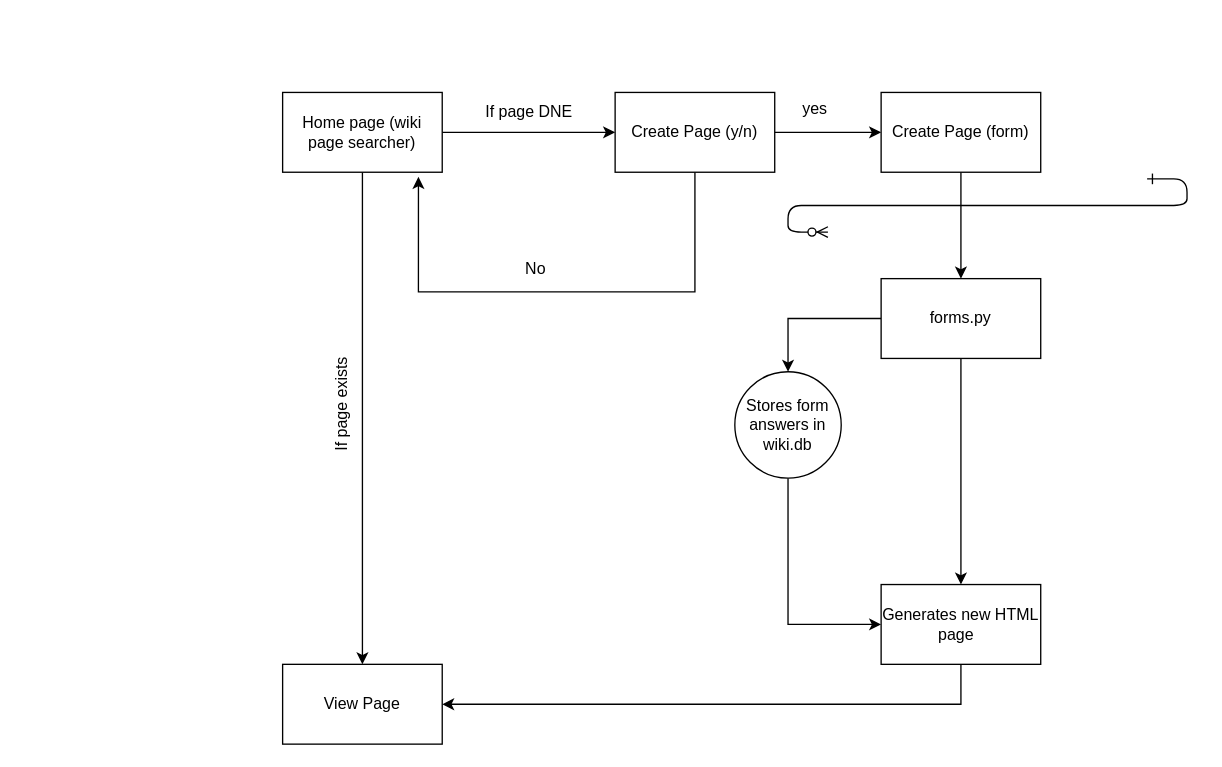
Before: Untitled Diagram.drawio in Vianne-a1/sd, a draw.io diagram. Source tidied: cells renumbered, new cells numbered last; positions are measured from the earlier drawing's top-left corner, leaving out a move shared by most shapes. Both pictures are drawn from the tidied source at 133%, with x=0, y=0 at pixel (282, 89).
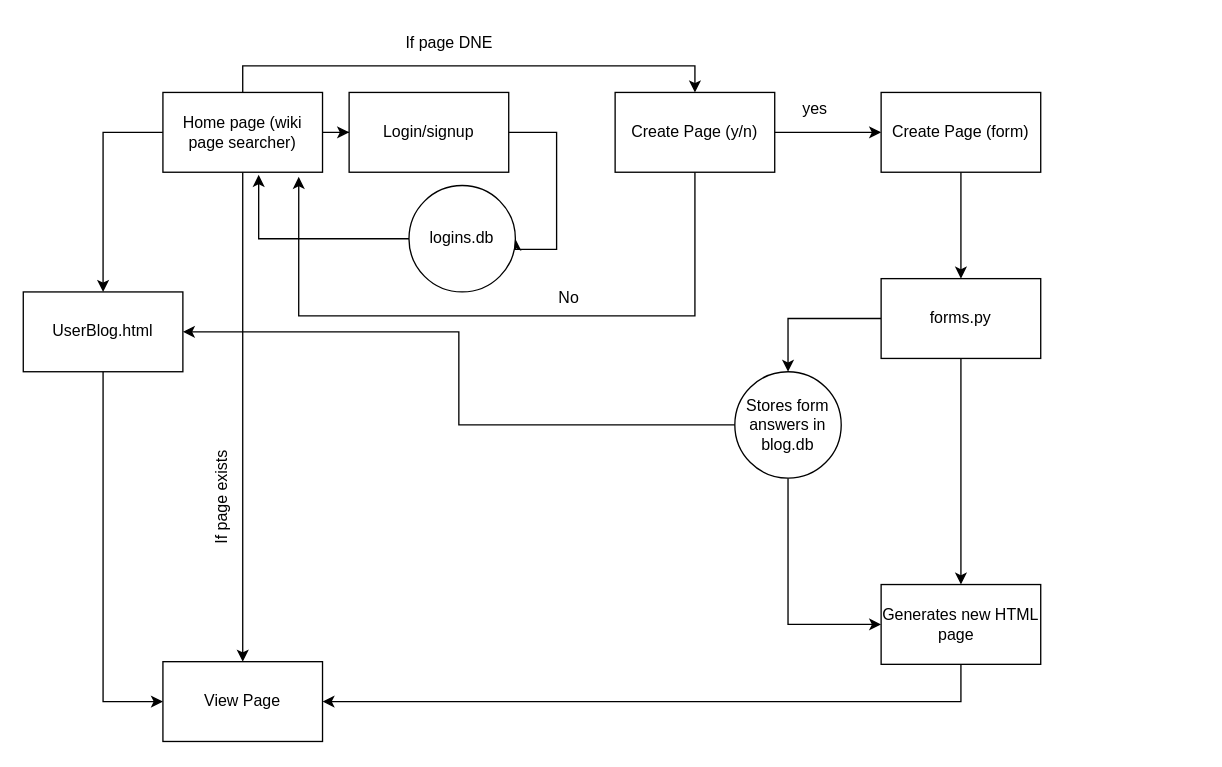
The same page after the edit.

Unchanged cells that the change refers to:
```xml
<mxCell id="9" value="Create Page (y/n)" style="rounded=0;whiteSpace=wrap;html=1;" parent="1" vertex="1">
  <mxGeometry x="250" y="2" width="120" height="60" as="geometry" />
</mxCell>
```

What changed in the source:
```diff
@@
-    <mxCell id="2" style="edgeStyle=entityRelationEdgeStyle;endArrow=ERzeroToMany;startArrow=ERone;endFill=1;startFill=0;" parent="1" edge="1">
-      <mxGeometry relative="1" as="geometry">
-        <mxPoint x="650" y="67" as="sourcePoint" />
-        <mxPoint x="410" y="107" as="targetPoint" />
-      </mxGeometry>
-    </mxCell>
@@
+    <mxCell id="23" style="edgeStyle=orthogonalEdgeStyle;rounded=0;jettySize=auto;html=1;entryX=0;entryY=0.5;entryDx=0;entryDy=0;" parent="1" edge="1" source="5" target="27">
+      <mxGeometry relative="1" as="geometry" />
+    </mxCell>
-    <mxCell id="4" style="edgeStyle=orthogonalEdgeStyle;rounded=0;jettySize=auto;html=1;" parent="1" edge="1" source="5" target="9">
+    <mxCell id="4" style="edgeStyle=orthogonalEdgeStyle;rounded=0;jettySize=auto;html=1;exitX=0.5;exitY=0;exitDx=0;exitDy=0;entryX=0.5;entryY=0;entryDx=0;entryDy=0;" parent="1" edge="1" source="5" target="9">
       <mxGeometry relative="1" as="geometry" />
     </mxCell>
+    <mxCell id="24" style="edgeStyle=orthogonalEdgeStyle;rounded=0;jettySize=auto;html=1;" parent="1" edge="1" source="5" target="31">
+      <mxGeometry relative="1" as="geometry">
+        <Array as="points">
+          <mxPoint x="-135" y="32" />
+        </Array>
+      </mxGeometry>
+    </mxCell>
     <mxCell id="5" value="Home page (wiki page searcher)" style="rounded=0;whiteSpace=wrap;html=1;" parent="1" vertex="1">
-      <mxGeometry y="2" width="120" height="60" as="geometry" />
+      <mxGeometry x="-90" y="2" width="120" height="60" as="geometry" />
     </mxCell>
     <mxCell id="6" value="View Page" style="rounded=0;whiteSpace=wrap;html=1;" parent="1" vertex="1">
-      <mxGeometry y="432" width="120" height="60" as="geometry" />
+      <mxGeometry x="-90" y="430" width="120" height="60" as="geometry" />
     </mxCell>
     <mxCell id="7" style="edgeStyle=orthogonalEdgeStyle;rounded=0;jettySize=auto;html=1;entryX=0.851;entryY=1.058;entryDx=0;entryDy=0;entryPerimeter=0;" parent="1" edge="1" source="9" target="5">
       <mxGeometry relative="1" as="geometry">
         <Array as="points">
-          <mxPoint x="310" y="152" />
-          <mxPoint x="102" y="152" />
+          <mxPoint x="310" y="170" />
+          <mxPoint x="12" y="170" />
         </Array>
       </mxGeometry>
     </mxCell>
@@
     <mxCell id="10" value="If page DNE" style="text;html=1;align=center;verticalAlign=middle;strokeColor=none;fillColor=none;" parent="1" vertex="1">
-      <mxGeometry x="140" y="2" width="90" height="30" as="geometry" />
+      <mxGeometry x="80" y="-50" width="90" height="30" as="geometry" />
     </mxCell>
     <mxCell id="11" value="If page exists" style="text;html=1;align=center;verticalAlign=middle;strokeColor=none;fillColor=none;rotation=-90;" parent="1" vertex="1">
-      <mxGeometry y="222" width="90" height="30" as="geometry" />
+      <mxGeometry x="-90" y="292" width="90" height="30" as="geometry" />
     </mxCell>
     <mxCell id="12" value="No" style="text;html=1;align=center;verticalAlign=middle;strokeColor=none;fillColor=none;" parent="1" vertex="1">
-      <mxGeometry x="170" y="120" width="40" height="30" as="geometry" />
+      <mxGeometry x="195" y="142" width="40" height="30" as="geometry" />
     </mxCell>
@@
+    <mxCell id="25" style="edgeStyle=orthogonalEdgeStyle;rounded=0;jettySize=auto;html=1;entryX=1;entryY=0.5;entryDx=0;entryDy=0;" parent="1" edge="1" source="16" target="31">
+      <mxGeometry relative="1" as="geometry" />
+    </mxCell>
-    <mxCell id="16" value="Stores form answers in wiki.db" style="ellipse;whiteSpace=wrap;html=1;rounded=0;" parent="1" vertex="1">
+    <mxCell id="16" value="Stores form answers in blog.db" style="ellipse;whiteSpace=wrap;html=1;rounded=0;" parent="1" vertex="1">
       <mxGeometry x="340" y="212" width="80" height="80" as="geometry" />
     </mxCell>
@@
+    <mxCell id="26" style="edgeStyle=orthogonalEdgeStyle;rounded=0;jettySize=auto;html=1;entryX=1;entryY=0.5;entryDx=0;entryDy=0;" parent="1" edge="1" source="27" target="28">
+      <mxGeometry relative="1" as="geometry">
+        <Array as="points">
+          <mxPoint x="206" y="32" />
+          <mxPoint x="206" y="120" />
+        </Array>
+      </mxGeometry>
+    </mxCell>
+    <mxCell id="27" value="&lt;div&gt;Login/signup&lt;/div&gt;" style="whiteSpace=wrap;html=1;" parent="1" vertex="1">
+      <mxGeometry x="50" y="2" width="120" height="60" as="geometry" />
+    </mxCell>
+    <mxCell id="28" value="logins.db" style="ellipse;whiteSpace=wrap;html=1;" parent="1" vertex="1">
+      <mxGeometry x="95" y="72" width="80" height="80" as="geometry" />
+    </mxCell>
+    <mxCell id="29" style="edgeStyle=orthogonalEdgeStyle;rounded=0;jettySize=auto;html=1;entryX=0.6;entryY=1.033;entryDx=0;entryDy=0;entryPerimeter=0;" parent="1" edge="1" source="28" target="5">
+      <mxGeometry relative="1" as="geometry" />
+    </mxCell>
+    <mxCell id="30" style="edgeStyle=orthogonalEdgeStyle;rounded=0;jettySize=auto;html=1;entryX=0;entryY=0.5;entryDx=0;entryDy=0;" parent="1" edge="1" source="31" target="6">
+      <mxGeometry relative="1" as="geometry">
+        <Array as="points">
+          <mxPoint x="-135" y="460" />
+        </Array>
+      </mxGeometry>
+    </mxCell>
+    <mxCell id="31" value="&lt;div&gt;UserBlog.html&lt;/div&gt;" style="rounded=0;whiteSpace=wrap;html=1;" parent="1" vertex="1">
+      <mxGeometry x="-195" y="152" width="120" height="60" as="geometry" />
+    </mxCell>
```
